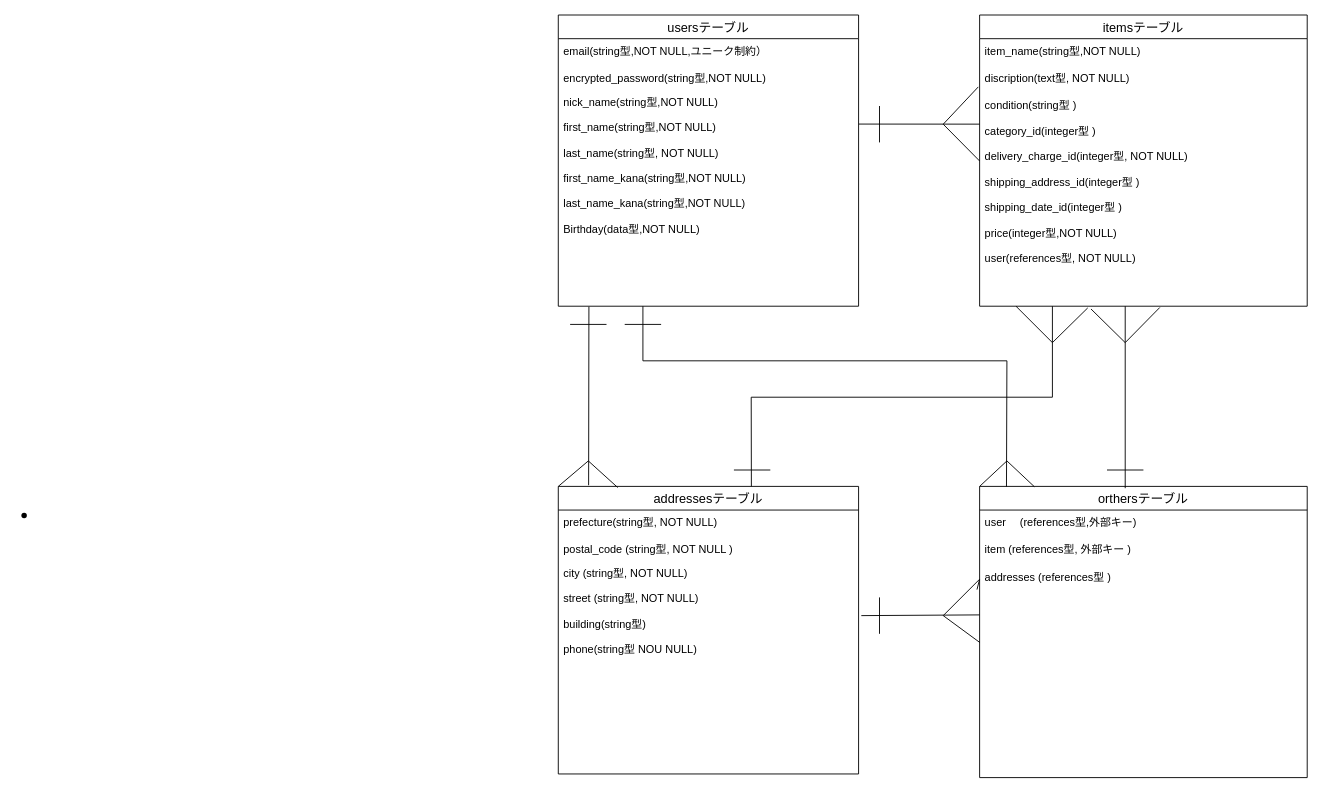
The draw.io diagram furima.dio in sukonvu/furima-39117, before the edit. Source tidied: cells renumbered, new cells numbered last; positions are measured from the earlier drawing's top-left corner, leaving out a move shared by most shapes. Both pictures are drawn from the tidied source at 91%, with x=0, y=0 at pixel (15, 15).
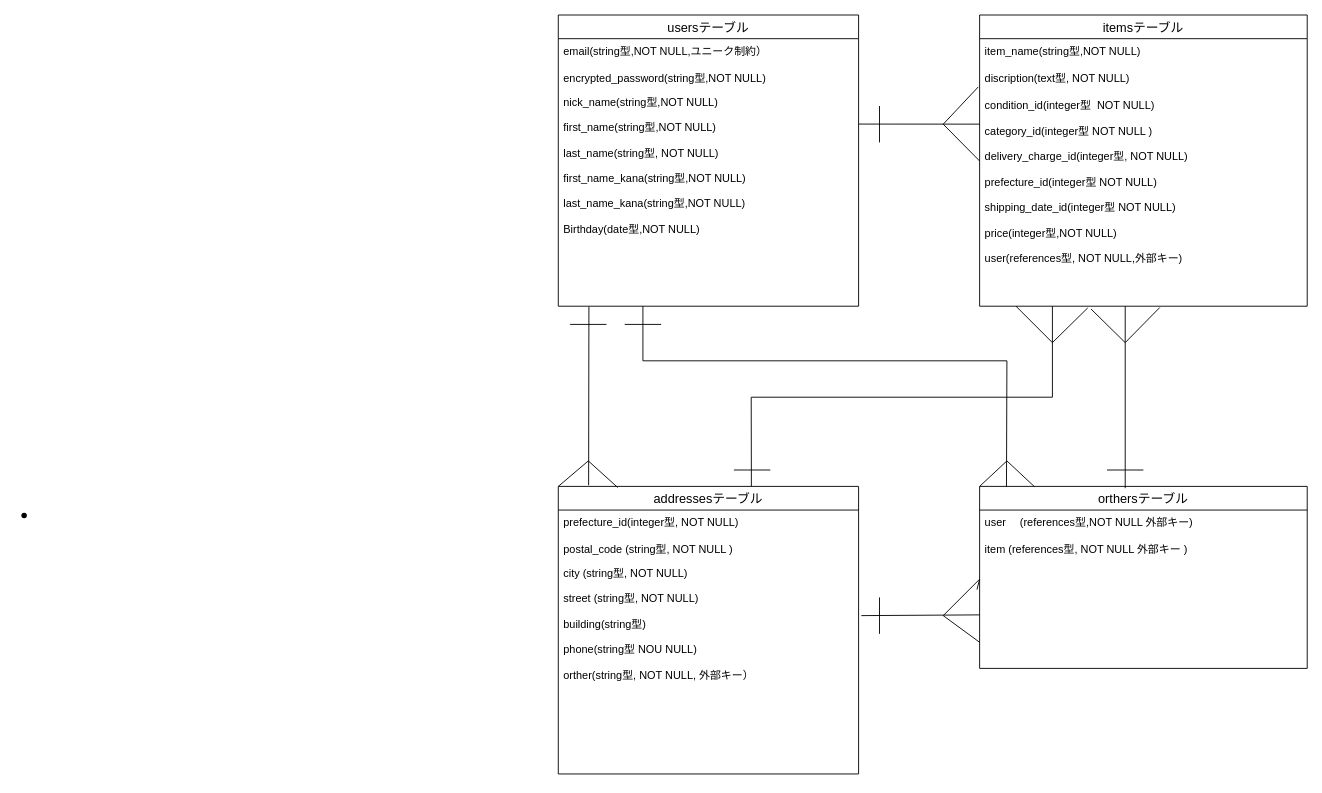
After the change.

Commit message (it also covers changes not shown here):
ER図、README設計図作成５

Unchanged cells that the change refers to:
```xml
<mxCell id="2" value="itemsテーブル" style="swimlane;fontStyle=0;horizontal=1;startSize=26;align=center;fontSize=14;" parent="1" vertex="1">
  <mxGeometry x="1060" width="360" height="320" as="geometry" />
</mxCell>
<mxCell id="6" value="addressesテーブル" style="swimlane;fontStyle=0;horizontal=1;startSize=26;align=center;fontSize=14;" parent="1" vertex="1">
  <mxGeometry x="597" y="518" width="330" height="316" as="geometry" />
</mxCell>
<mxCell id="14" value="usersテーブル" style="swimlane;fontStyle=0;horizontal=1;startSize=26;align=center;fontSize=14;" parent="1" vertex="1">
  <mxGeometry x="597" width="330" height="320" as="geometry" />
</mxCell>
```

What changed in the source:
```diff
@@
-    <mxCell id="5" value="condition(string型 )&#10;&#10;category_id(integer型 )&#10;&#10;delivery_charge_id(integer型, NOT NULL)&#10;&#10;shipping_address_id(integer型 )&#10;&#10;shipping_date_id(integer型 )&#10;&#10;price(integer型,NOT NULL)&#10;&#10;user(references型, NOT NULL)&#10;&#10;" style="text;strokeColor=none;fillColor=none;spacingLeft=4;spacingRight=4;overflow=hidden;points=[[0,0.5],[1,0.5]];portConstraint=eastwest;fontSize=12;" parent="2" vertex="1">
+    <mxCell id="5" value="condition_id(integer型  NOT NULL)&#10;&#10;category_id(integer型 NOT NULL )&#10;&#10;delivery_charge_id(integer型, NOT NULL)&#10;&#10;prefecture_id(integer型 NOT NULL)&#10;&#10;shipping_date_id(integer型 NOT NULL)&#10;&#10;price(integer型,NOT NULL)&#10;&#10;user(references型, NOT NULL,外部キー)&#10;&#10;" style="text;strokeColor=none;fillColor=none;spacingLeft=4;spacingRight=4;overflow=hidden;points=[[0,0.5],[1,0.5]];portConstraint=eastwest;fontSize=12;" parent="2" vertex="1">
       <mxGeometry y="86" width="360" height="234" as="geometry" />
     </mxCell>
@@
-    <mxCell id="7" value="prefecture(string型, NOT NULL)" style="text;strokeColor=none;fillColor=none;spacingLeft=4;spacingRight=4;overflow=hidden;fontSize=12;" parent="6" vertex="1">
+    <mxCell id="7" value="prefecture_id(integer型, NOT NULL)" style="text;strokeColor=none;fillColor=none;spacingLeft=4;spacingRight=4;overflow=hidden;fontSize=12;" parent="6" vertex="1">
       <mxGeometry y="26" width="330" height="30" as="geometry" />
     </mxCell>
@@
-    <mxCell id="9" value="city (string型, NOT NULL)&#10;&#10;street (string型, NOT NULL)&#10;&#10;building(string型)&#10;&#10;phone(string型 NOU NULL)&#10;&#10;&#10;&#10;" style="text;strokeColor=none;fillColor=none;spacingLeft=4;spacingRight=4;overflow=hidden;fontSize=12;" parent="6" vertex="1">
+    <mxCell id="9" value="city (string型, NOT NULL)&#10;&#10;street (string型, NOT NULL)&#10;&#10;building(string型)&#10;&#10;phone(string型 NOU NULL)&#10;&#10;orther(string型, NOT NULL, 外部キー）&#10;&#10;&#10;&#10;" style="text;strokeColor=none;fillColor=none;spacingLeft=4;spacingRight=4;overflow=hidden;fontSize=12;" parent="6" vertex="1">
       <mxGeometry y="82" width="330" height="234" as="geometry" />
     </mxCell>
     <mxCell id="10" value="orthersテーブル" style="swimlane;fontStyle=0;horizontal=1;startSize=26;align=center;fontSize=14;" parent="1" vertex="1">
-      <mxGeometry x="1060" y="518" width="360" height="320" as="geometry" />
+      <mxGeometry x="1060" y="518" width="360" height="200" as="geometry" />
     </mxCell>
-    <mxCell id="11" value="user　 (references型,外部キー)" style="text;strokeColor=none;fillColor=none;spacingLeft=4;spacingRight=4;overflow=hidden;fontSize=12;" parent="10" vertex="1">
+    <mxCell id="11" value="user　 (references型,NOT NULL 外部キー)" style="text;strokeColor=none;fillColor=none;spacingLeft=4;spacingRight=4;overflow=hidden;fontSize=12;" parent="10" vertex="1">
       <mxGeometry y="26" width="360" height="30" as="geometry" />
     </mxCell>
-    <mxCell id="12" value="item (references型, 外部キー )" style="text;strokeColor=none;fillColor=none;spacingLeft=4;spacingRight=4;overflow=hidden;fontSize=12;" parent="10" vertex="1">
-      <mxGeometry y="56" width="360" height="30" as="geometry" />
+    <mxCell id="12" value="item (references型, NOT NULL 外部キー )" style="text;strokeColor=none;fillColor=none;spacingLeft=4;spacingRight=4;overflow=hidden;fontSize=12;" parent="10" vertex="1">
+      <mxGeometry y="56" width="360" height="144" as="geometry" />
     </mxCell>
-    <mxCell id="13" value="addresses (references型 )&#10;&#10;" style="text;strokeColor=none;fillColor=none;spacingLeft=4;spacingRight=4;overflow=hidden;points=[[0,0.5],[1,0.5]];portConstraint=eastwest;fontSize=12;" parent="10" vertex="1">
-      <mxGeometry y="86" width="360" height="234" as="geometry" />
-    </mxCell>
@@
-    <mxCell id="17" value="nick_name(string型,NOT NULL)&#10;&#10;first_name(string型,NOT NULL)&#10;&#10;last_name(string型, NOT NULL)&#10;&#10;first_name_kana(string型,NOT NULL)&#10;&#10;last_name_kana(string型,NOT NULL)&#10;&#10;Birthday(data型,NOT NULL)&#10;&#10;&#10;&#10;" style="text;strokeColor=none;fillColor=none;spacingLeft=4;spacingRight=4;overflow=hidden;points=[[0,0.5],[1,0.5]];portConstraint=eastwest;fontSize=12;" parent="14" vertex="1">
+    <mxCell id="17" value="nick_name(string型,NOT NULL)&#10;&#10;first_name(string型,NOT NULL)&#10;&#10;last_name(string型, NOT NULL)&#10;&#10;first_name_kana(string型,NOT NULL)&#10;&#10;last_name_kana(string型,NOT NULL)&#10;&#10;Birthday(date型,NOT NULL)&#10;&#10;&#10;&#10;" style="text;strokeColor=none;fillColor=none;spacingLeft=4;spacingRight=4;overflow=hidden;points=[[0,0.5],[1,0.5]];portConstraint=eastwest;fontSize=12;" parent="14" vertex="1">
       <mxGeometry y="82" width="330" height="238" as="geometry" />
     </mxCell>
@@
-    <mxCell id="39" style="endArrow=none;html=1;rounded=0;entryX=0;entryY=0.236;entryDx=0;entryDy=0;entryPerimeter=0;" parent="1" edge="1" target="13">
+    <mxCell id="39" style="endArrow=none;html=1;rounded=0;entryX=0;entryY=0.236;entryDx=0;entryDy=0;entryPerimeter=0;" parent="1" edge="1">
       <mxGeometry relative="1" as="geometry">
         <mxPoint x="930" y="660" as="sourcePoint" />
+        <mxPoint x="1060" y="659.2" as="targetPoint" />
       </mxGeometry>
     </mxCell>
@@
-    <mxCell id="41" style="endArrow=none;html=1;rounded=0;entryX=-0.008;entryY=0.117;entryDx=0;entryDy=0;entryPerimeter=0;" parent="1" edge="1" target="13">
+    <mxCell id="41" style="endArrow=none;html=1;rounded=0;entryX=-0.008;entryY=0.117;entryDx=0;entryDy=0;entryPerimeter=0;" parent="1" edge="1">
       <mxGeometry relative="1" as="geometry">
         <mxPoint x="1020" y="660" as="sourcePoint" />
+        <mxPoint x="1057.1" y="631.4" as="targetPoint" />
         <Array as="points">
           <mxPoint x="1060" y="620" />
         </Array>
       </mxGeometry>
     </mxCell>
-    <mxCell id="42" style="endArrow=none;html=1;rounded=0;entryX=0.001;entryY=0.366;entryDx=0;entryDy=0;entryPerimeter=0;" parent="1" edge="1" target="13">
+    <mxCell id="42" style="endArrow=none;html=1;rounded=0;entryX=0.001;entryY=0.366;entryDx=0;entryDy=0;entryPerimeter=0;" parent="1" edge="1">
       <mxGeometry relative="1" as="geometry">
         <mxPoint x="1020" y="660" as="sourcePoint" />
+        <mxPoint x="1060.4" y="689.6" as="targetPoint" />
       </mxGeometry>
     </mxCell>
```
